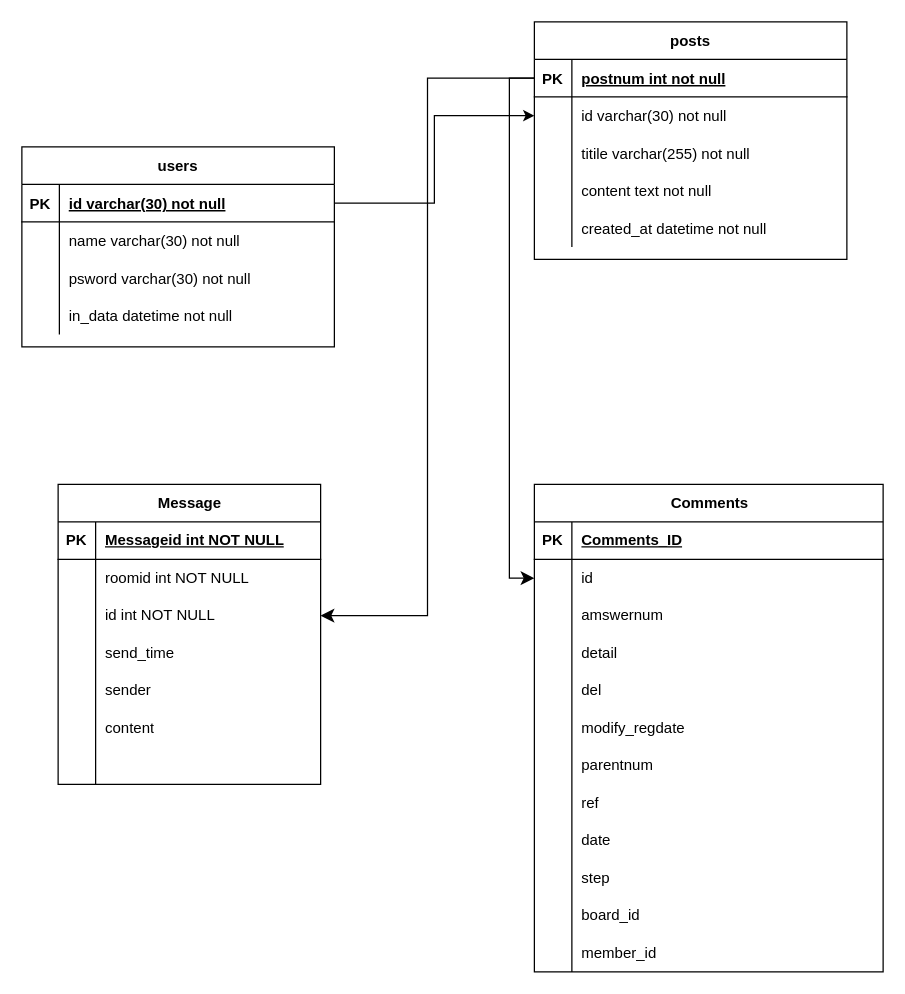
Before: db/db 설계.drawio in Channeeee/Community-site, a draw.io diagram. Source tidied: cells renumbered, new cells numbered last; positions are measured from the earlier drawing's top-left corner, leaving out a move shared by most shapes. Both pictures are drawn from the tidied source at 125%, with x=0, y=0 at pixel (21, 21).
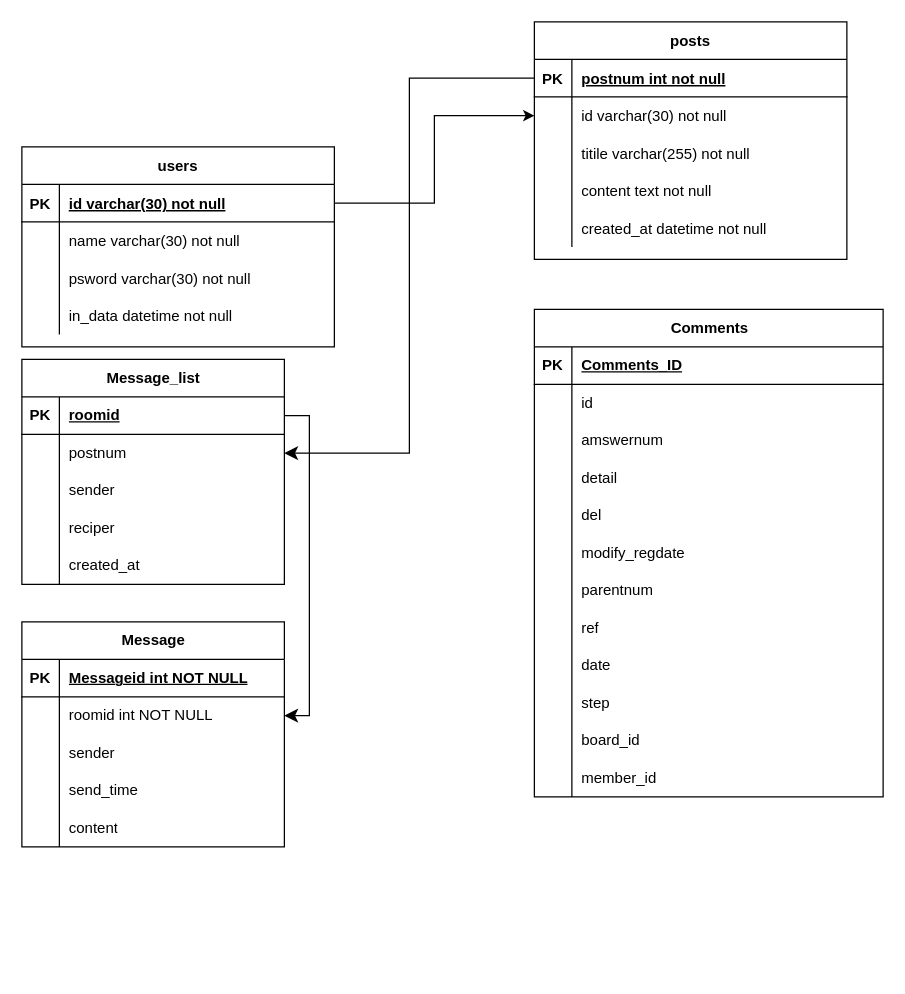
The same page after the edit.

Unchanged cells that the change refers to:
```xml
<mxCell id="3" style="shape=partialRectangle;fillColor=none;points=[[0,0.5],[1,0.5]];portConstraint=eastwest;top=0;left=0;right=0;bottom=1;" parent="2" vertex="1">
  <mxGeometry y="30" width="250" height="30" as="geometry" />
</mxCell>
<mxCell id="36" style="shape=tableRow;horizontal=0;startSize=0;swimlaneHead=0;swimlaneBody=0;fillColor=none;points=[[0,0.5],[1,0.5]];portConstraint=eastwest;top=0;left=0;right=0;bottom=0;" parent="32" vertex="1">
  <mxGeometry y="60" width="210" height="30" as="geometry" />
</mxCell>
<mxCell id="39" style="shape=tableRow;horizontal=0;startSize=0;swimlaneHead=0;swimlaneBody=0;fillColor=none;points=[[0,0.5],[1,0.5]];portConstraint=eastwest;top=0;left=0;right=0;bottom=0;" parent="32" vertex="1">
  <mxGeometry y="90" width="210" height="30" as="geometry" />
</mxCell>
<mxCell id="45" style="shape=tableRow;horizontal=0;startSize=0;swimlaneHead=0;swimlaneBody=0;fillColor=none;top=0;left=0;right=0;bottom=0;" parent="32" vertex="1">
  <mxGeometry y="150" width="210" height="30" as="geometry" />
</mxCell>
<mxCell id="58" style="shape=tableRow;horizontal=0;startSize=0;swimlaneHead=0;swimlaneBody=0;fillColor=none;points=[[0,0.5],[1,0.5]];portConstraint=eastwest;top=0;left=0;right=0;bottom=0;" parent="54" vertex="1">
  <mxGeometry y="60" width="279" height="30" as="geometry" />
</mxCell>
```

What changed in the source:
```diff
@@
     <mxCell id="32" value="Message" style="shape=table;startSize=30;childLayout=tableLayout;rowLines=0;fontStyle=1;align=center;html=1;" parent="1" vertex="1">
-      <mxGeometry x="29" y="370" width="210" height="240" as="geometry" />
+      <mxGeometry y="480" width="210" height="180" as="geometry" />
     </mxCell>
@@
-    <mxCell id="41" value="id int NOT NULL" style="shape=partialRectangle;fillColor=none;top=0;left=0;bottom=0;right=0;align=left;spacingLeft=6;overflow=hidden;whiteSpace=wrap;html=1;" parent="39" vertex="1">
+    <mxCell id="41" value="sender" style="shape=partialRectangle;fillColor=none;top=0;left=0;bottom=0;right=0;align=left;spacingLeft=6;overflow=hidden;whiteSpace=wrap;html=1;" parent="39" vertex="1">
       <mxGeometry x="30" width="180" height="30" as="geometry" />
     </mxCell>
@@
-    <mxCell id="47" value="sender" style="shape=partialRectangle;fillColor=none;top=0;left=0;bottom=0;right=0;align=left;spacingLeft=6;overflow=hidden;whiteSpace=wrap;html=1;" parent="45" vertex="1">
+    <mxCell id="47" value="&lt;span style=&quot;text-wrap: nowrap;&quot;&gt;content&lt;/span&gt;" style="shape=partialRectangle;fillColor=none;top=0;left=0;bottom=0;right=0;align=left;spacingLeft=6;overflow=hidden;whiteSpace=wrap;html=1;" parent="45" vertex="1">
       <mxGeometry x="30" width="180" height="30" as="geometry" />
     </mxCell>
-    <mxCell id="48" style="shape=tableRow;horizontal=0;startSize=0;swimlaneHead=0;swimlaneBody=0;fillColor=none;top=0;left=0;right=0;bottom=0;" parent="32" vertex="1">
-      <mxGeometry y="180" width="210" height="30" as="geometry" />
-    </mxCell>
-    <mxCell id="49" style="shape=partialRectangle;fillColor=none;top=0;left=0;bottom=0;right=0;overflow=hidden;whiteSpace=wrap;html=1;" parent="48" vertex="1">
-      <mxGeometry width="30" height="30" as="geometry" />
-    </mxCell>
-    <mxCell id="50" value="&lt;span style=&quot;text-wrap: nowrap;&quot;&gt;content&lt;/span&gt;" style="shape=partialRectangle;fillColor=none;top=0;left=0;bottom=0;right=0;align=left;spacingLeft=6;overflow=hidden;whiteSpace=wrap;html=1;" parent="48" vertex="1">
-      <mxGeometry x="30" width="180" height="30" as="geometry" />
-    </mxCell>
-    <mxCell id="51" style="shape=tableRow;horizontal=0;startSize=0;swimlaneHead=0;swimlaneBody=0;fillColor=none;top=0;left=0;right=0;bottom=0;" parent="32" vertex="1">
-      <mxGeometry y="210" width="210" height="30" as="geometry" />
-    </mxCell>
-    <mxCell id="52" style="shape=partialRectangle;fillColor=none;top=0;left=0;bottom=0;right=0;overflow=hidden;whiteSpace=wrap;html=1;" parent="51" vertex="1">
-      <mxGeometry width="30" height="30" as="geometry" />
-    </mxCell>
-    <mxCell id="53" style="shape=partialRectangle;fillColor=none;top=0;left=0;bottom=0;right=0;align=left;spacingLeft=6;overflow=hidden;whiteSpace=wrap;html=1;" parent="51" vertex="1">
-      <mxGeometry x="30" width="180" height="30" as="geometry" />
-    </mxCell>
     <mxCell id="54" value="Comments" style="shape=table;startSize=30;childLayout=tableLayout;rowLines=0;fontStyle=1;align=center;html=1;" parent="1" vertex="1">
-      <mxGeometry x="410" y="370" width="279" height="390" as="geometry" />
+      <mxGeometry x="410" y="230" width="279" height="390" as="geometry" />
     </mxCell>
@@
-    <mxCell id="91" style="edgeStyle=orthogonalEdgeStyle;rounded=0;jettySize=auto;html=1;exitX=0;exitY=0.5;exitDx=0;exitDy=0;entryX=0;entryY=0.5;entryDx=0;entryDy=0;fontSize=12;startSize=8;endSize=8;" parent="1" edge="1" source="3" target="58">
-      <mxGeometry relative="1" as="geometry" />
-    </mxCell>
-    <mxCell id="92" style="edgeStyle=orthogonalEdgeStyle;rounded=0;jettySize=auto;html=1;entryX=1;entryY=0.5;entryDx=0;entryDy=0;fontSize=12;startSize=8;endSize=8;" parent="1" edge="1" source="3" target="39">
+    <mxCell id="92" style="edgeStyle=orthogonalEdgeStyle;rounded=0;jettySize=auto;html=1;entryX=1;entryY=0.5;entryDx=0;entryDy=0;fontSize=12;startSize=8;endSize=8;" parent="1" edge="1" source="3" target="97">
       <mxGeometry relative="1" as="geometry" />
     </mxCell>
+    <mxCell id="93" value="Message_list" style="shape=table;startSize=30;childLayout=tableLayout;rowLines=0;fontStyle=1;align=center;html=1;" parent="1" vertex="1">
+      <mxGeometry y="270" width="210" height="180" as="geometry" />
+    </mxCell>
+    <mxCell id="94" style="shape=tableRow;horizontal=0;startSize=0;swimlaneHead=0;swimlaneBody=0;fillColor=none;points=[[0,0.5],[1,0.5]];portConstraint=eastwest;top=0;left=0;right=0;bottom=1;" parent="93" vertex="1">
+      <mxGeometry y="30" width="210" height="30" as="geometry" />
+    </mxCell>
+    <mxCell id="95" value="PK" style="shape=partialRectangle;fillColor=none;top=0;left=0;bottom=0;right=0;fontStyle=1;overflow=hidden;whiteSpace=wrap;html=1;" parent="94" vertex="1">
+      <mxGeometry width="30" height="30" as="geometry" />
+    </mxCell>
+    <mxCell id="96" value="roomid" style="shape=partialRectangle;fillColor=none;top=0;left=0;bottom=0;right=0;align=left;spacingLeft=6;fontStyle=5;overflow=hidden;whiteSpace=wrap;html=1;" parent="94" vertex="1">
+      <mxGeometry x="30" width="180" height="30" as="geometry" />
+    </mxCell>
+    <mxCell id="97" style="shape=tableRow;horizontal=0;startSize=0;swimlaneHead=0;swimlaneBody=0;fillColor=none;points=[[0,0.5],[1,0.5]];portConstraint=eastwest;top=0;left=0;right=0;bottom=0;" parent="93" vertex="1">
+      <mxGeometry y="60" width="210" height="30" as="geometry" />
+    </mxCell>
+    <mxCell id="98" style="shape=partialRectangle;fillColor=none;top=0;left=0;bottom=0;right=0;overflow=hidden;whiteSpace=wrap;html=1;" parent="97" vertex="1">
+      <mxGeometry width="30" height="30" as="geometry" />
+    </mxCell>
+    <mxCell id="99" value="postnum" style="shape=partialRectangle;fillColor=none;top=0;left=0;bottom=0;right=0;align=left;spacingLeft=6;overflow=hidden;whiteSpace=wrap;html=1;" parent="97" vertex="1">
+      <mxGeometry x="30" width="180" height="30" as="geometry" />
+    </mxCell>
+    <mxCell id="100" style="shape=tableRow;horizontal=0;startSize=0;swimlaneHead=0;swimlaneBody=0;fillColor=none;top=0;left=0;right=0;bottom=0;" parent="93" vertex="1">
+      <mxGeometry y="90" width="210" height="30" as="geometry" />
+    </mxCell>
+    <mxCell id="101" style="shape=partialRectangle;fillColor=none;top=0;left=0;bottom=0;right=0;overflow=hidden;whiteSpace=wrap;html=1;" parent="100" vertex="1">
+      <mxGeometry width="30" height="30" as="geometry" />
+    </mxCell>
+    <mxCell id="102" value="sender" style="shape=partialRectangle;fillColor=none;top=0;left=0;bottom=0;right=0;align=left;spacingLeft=6;overflow=hidden;whiteSpace=wrap;html=1;" parent="100" vertex="1">
+      <mxGeometry x="30" width="180" height="30" as="geometry" />
+    </mxCell>
+    <mxCell id="103" style="shape=tableRow;horizontal=0;startSize=0;swimlaneHead=0;swimlaneBody=0;fillColor=none;top=0;left=0;right=0;bottom=0;" parent="93" vertex="1">
+      <mxGeometry y="120" width="210" height="30" as="geometry" />
+    </mxCell>
+    <mxCell id="104" style="shape=partialRectangle;fillColor=none;top=0;left=0;bottom=0;right=0;overflow=hidden;whiteSpace=wrap;html=1;" parent="103" vertex="1">
+      <mxGeometry width="30" height="30" as="geometry" />
+    </mxCell>
+    <mxCell id="105" value="reciper" style="shape=partialRectangle;fillColor=none;top=0;left=0;bottom=0;right=0;align=left;spacingLeft=6;overflow=hidden;whiteSpace=wrap;html=1;" parent="103" vertex="1">
+      <mxGeometry x="30" width="180" height="30" as="geometry" />
+    </mxCell>
+    <mxCell id="106" style="shape=tableRow;horizontal=0;startSize=0;swimlaneHead=0;swimlaneBody=0;fillColor=none;top=0;left=0;right=0;bottom=0;" parent="93" vertex="1">
+      <mxGeometry y="150" width="210" height="30" as="geometry" />
+    </mxCell>
+    <mxCell id="107" style="shape=partialRectangle;fillColor=none;top=0;left=0;bottom=0;right=0;overflow=hidden;whiteSpace=wrap;html=1;" parent="106" vertex="1">
+      <mxGeometry width="30" height="30" as="geometry" />
+    </mxCell>
+    <mxCell id="108" value="created_at" style="shape=partialRectangle;fillColor=none;top=0;left=0;bottom=0;right=0;align=left;spacingLeft=6;overflow=hidden;whiteSpace=wrap;html=1;" parent="106" vertex="1">
+      <mxGeometry x="30" width="180" height="30" as="geometry" />
+    </mxCell>
+    <mxCell id="109" style="edgeStyle=orthogonalEdgeStyle;rounded=0;jettySize=auto;html=1;entryX=1;entryY=0.5;entryDx=0;entryDy=0;fontSize=12;startSize=8;endSize=8;exitX=1;exitY=0.5;exitDx=0;exitDy=0;" parent="1" edge="1" source="94" target="36">
+      <mxGeometry relative="1" as="geometry" />
+    </mxCell>
```
